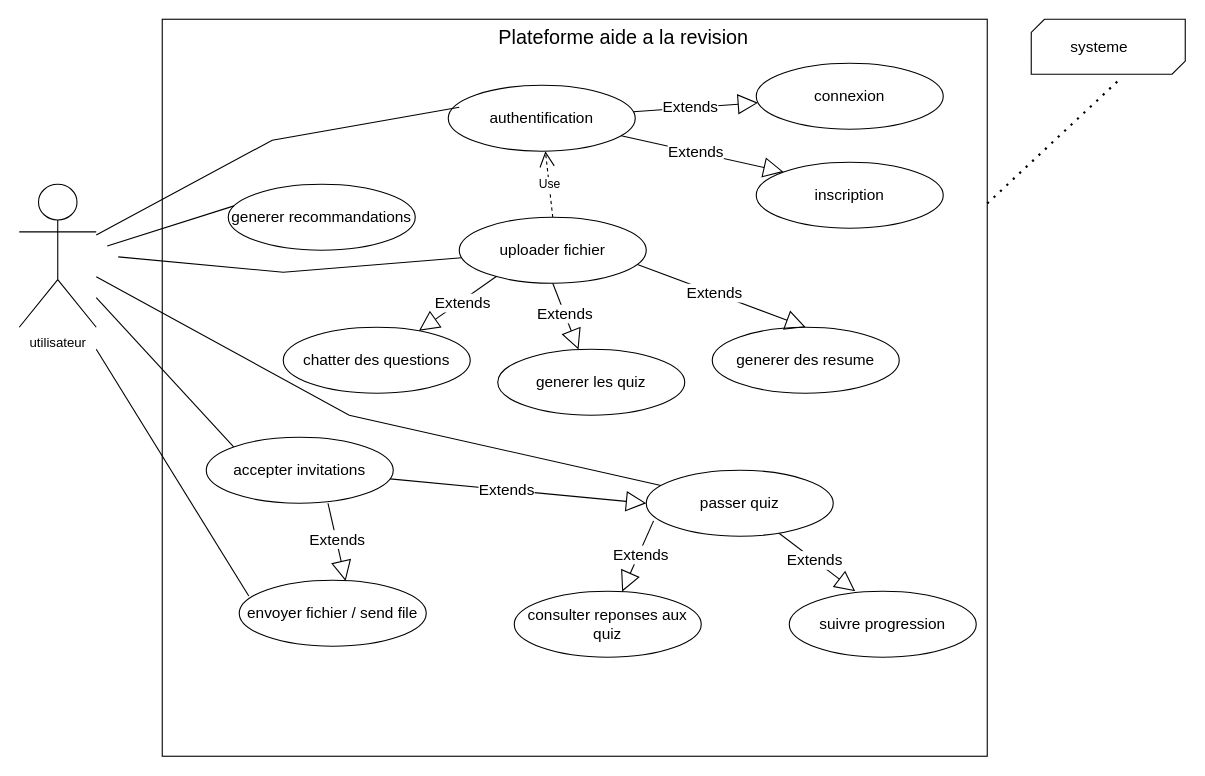
OIC-Bafoussam/revise-ai keeps this draw.io diagram as page "Page-2" (2 of 4) of resource/diagrammes uml . MAEL/use case  MAEL.drawio. Above is the earlier version. Source tidied: cells renumbered, new cells numbered last; positions are measured from the earlier drawing's top-left corner, leaving out a move shared by most shapes. Both pictures are drawn from the tidied source at 110%, with x=0, y=0 at pixel (19, 19).
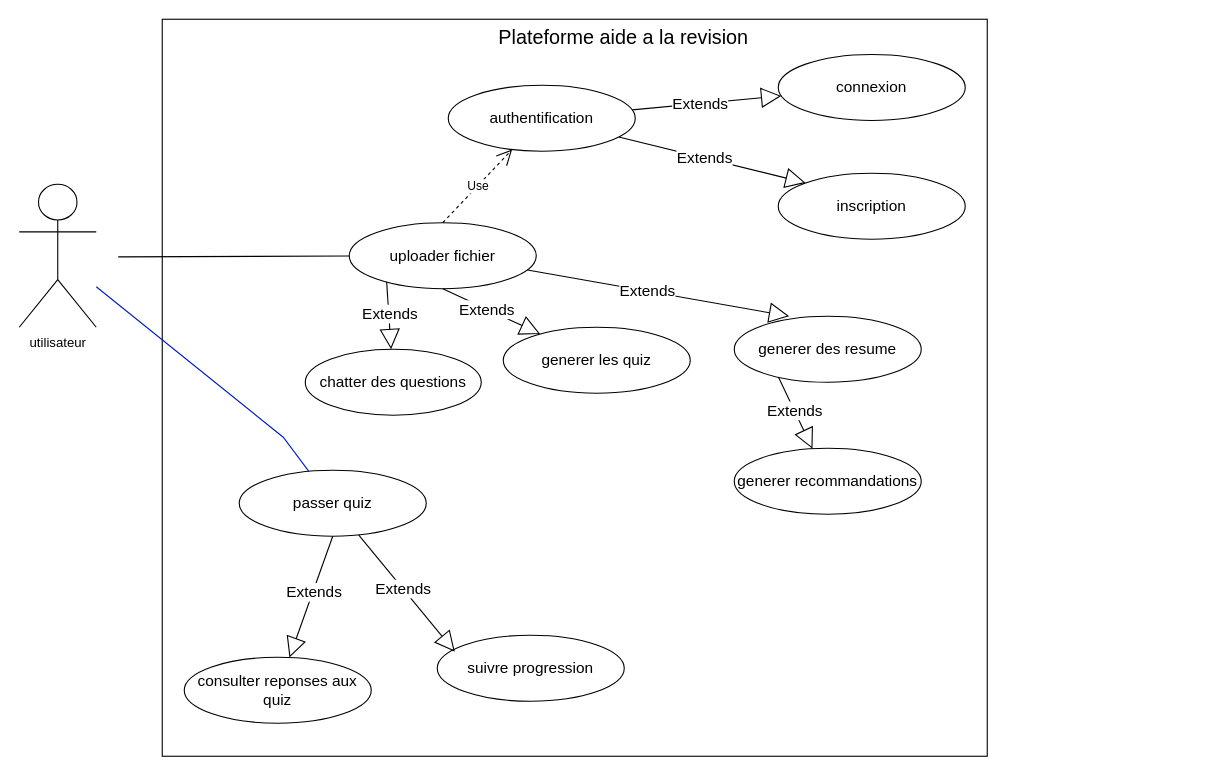
Above is the later version.

The change refers to these unchanged cells:
```xml
<mxCell id="2" value="utilisateur&lt;br&gt;" style="shape=umlActor;verticalLabelPosition=bottom;verticalAlign=top;html=1;" parent="1" vertex="1">
  <mxGeometry y="150" width="70" height="130" as="geometry" />
</mxCell>
<mxCell id="3" style="rounded=0;whiteSpace=wrap;html=1;" parent="1" vertex="1">
  <mxGeometry x="130" width="750" height="670" as="geometry" />
</mxCell>
```

Diff of the diagram source:
```diff
@@
     <mxCell id="6" value="&lt;font style=&quot;font-size: 14px;&quot;&gt;inscription&lt;/font&gt;" style="ellipse;whiteSpace=wrap;html=1;" parent="1" vertex="1">
-      <mxGeometry x="670" y="130" width="170" height="60" as="geometry" />
+      <mxGeometry x="690" y="140" width="170" height="60" as="geometry" />
     </mxCell>
     <mxCell id="7" value="&lt;font style=&quot;font-size: 14px;&quot;&gt;uploader fichier&lt;/font&gt;" style="ellipse;whiteSpace=wrap;html=1;" parent="1" vertex="1">
-      <mxGeometry x="400" y="180" width="170" height="60" as="geometry" />
+      <mxGeometry x="300" y="185" width="170" height="60" as="geometry" />
     </mxCell>
     <mxCell id="8" value="&lt;font style=&quot;font-size: 14px;&quot;&gt;connexion&lt;/font&gt;" style="ellipse;whiteSpace=wrap;html=1;" parent="1" vertex="1">
-      <mxGeometry x="670" y="40" width="170" height="60" as="geometry" />
+      <mxGeometry x="690" y="32" width="170" height="60" as="geometry" />
     </mxCell>
     <mxCell id="9" value="&lt;font style=&quot;font-size: 14px;&quot;&gt;chatter des questions&lt;/font&gt;" style="ellipse;whiteSpace=wrap;html=1;" parent="1" vertex="1">
-      <mxGeometry x="240" y="280" width="170" height="60" as="geometry" />
+      <mxGeometry x="260" y="300" width="160" height="60" as="geometry" />
     </mxCell>
     <mxCell id="10" value="&lt;font style=&quot;font-size: 14px;&quot;&gt;generer les quiz&lt;/font&gt;" style="ellipse;whiteSpace=wrap;html=1;" parent="1" vertex="1">
-      <mxGeometry x="435" y="300" width="170" height="60" as="geometry" />
+      <mxGeometry x="440" y="280" width="170" height="60" as="geometry" />
     </mxCell>
     <mxCell id="11" value="&lt;font style=&quot;font-size: 14px;&quot;&gt;generer des resume&lt;/font&gt;" style="ellipse;whiteSpace=wrap;html=1;" parent="1" vertex="1">
-      <mxGeometry x="630" y="280" width="170" height="60" as="geometry" />
+      <mxGeometry x="650" y="270" width="170" height="60" as="geometry" />
     </mxCell>
-    <mxCell id="12" value="&lt;font style=&quot;font-size: 14px;&quot;&gt;envoyer fichier / send file&lt;/font&gt;" style="ellipse;whiteSpace=wrap;html=1;" parent="1" vertex="1">
-      <mxGeometry x="200" y="510" width="170" height="60" as="geometry" />
-    </mxCell>
     <mxCell id="13" value="&lt;font style=&quot;font-size: 14px;&quot;&gt;generer recommandations&lt;/font&gt;" style="ellipse;whiteSpace=wrap;html=1;" parent="1" vertex="1">
-      <mxGeometry x="190" y="150" width="170" height="60" as="geometry" />
+      <mxGeometry x="650" y="390" width="170" height="60" as="geometry" />
     </mxCell>
-    <mxCell id="14" value="&lt;font style=&quot;font-size: 14px;&quot;&gt;accepter invitations&lt;/font&gt;" style="ellipse;whiteSpace=wrap;html=1;" parent="1" vertex="1">
-      <mxGeometry x="170" y="380" width="170" height="60" as="geometry" />
-    </mxCell>
     <mxCell id="15" value="&lt;font style=&quot;font-size: 14px;&quot;&gt;suivre progression&lt;/font&gt;" style="ellipse;whiteSpace=wrap;html=1;" parent="1" vertex="1">
-      <mxGeometry x="700" y="520" width="170" height="60" as="geometry" />
+      <mxGeometry x="380" y="560" width="170" height="60" as="geometry" />
     </mxCell>
     <mxCell id="16" value="&lt;font style=&quot;font-size: 14px;&quot;&gt;consulter reponses aux quiz&lt;/font&gt;" style="ellipse;whiteSpace=wrap;html=1;" parent="1" vertex="1">
-      <mxGeometry x="450" y="520" width="170" height="60" as="geometry" />
+      <mxGeometry x="150" y="580" width="170" height="60" as="geometry" />
     </mxCell>
     <mxCell id="17" value="&lt;font style=&quot;font-size: 14px;&quot;&gt;passer quiz&lt;/font&gt;" style="ellipse;whiteSpace=wrap;html=1;" parent="1" vertex="1">
-      <mxGeometry x="570" y="410" width="170" height="60" as="geometry" />
+      <mxGeometry x="200" y="410" width="170" height="60" as="geometry" />
     </mxCell>
-    <mxCell id="18" style="endArrow=none;html=1;rounded=0;fontSize=14;" parent="1" edge="1" source="2">
-      <mxGeometry relative="1" as="geometry">
-        <mxPoint x="400" y="80" as="targetPoint" />
-        <Array as="points">
-          <mxPoint x="230" y="110" />
-        </Array>
-      </mxGeometry>
-    </mxCell>
-    <mxCell id="19" style="endArrow=none;html=1;rounded=0;fontSize=14;entryX=0.031;entryY=0.328;entryDx=0;entryDy=0;entryPerimeter=0;" parent="1" edge="1" target="13">
-      <mxGeometry relative="1" as="geometry">
-        <mxPoint x="80" y="206.2" as="sourcePoint" />
-      </mxGeometry>
-    </mxCell>
@@
-    <mxCell id="24" value="Extends" style="endArrow=block;endSize=16;endFill=0;html=1;rounded=0;fontSize=14;exitX=0.953;exitY=0.717;exitDx=0;exitDy=0;entryX=0.5;entryY=0;entryDx=0;entryDy=0;exitPerimeter=0;" parent="1" edge="1" source="7" target="11">
+    <mxCell id="24" value="Extends" style="endArrow=block;endSize=16;endFill=0;html=1;rounded=0;fontSize=14;exitX=0.953;exitY=0.717;exitDx=0;exitDy=0;exitPerimeter=0;" parent="1" edge="1" source="7">
       <mxGeometry x="-0.09" y="1" relative="1" as="geometry">
+        <mxPoint x="700" y="270" as="targetPoint" />
         <mxPoint y="1" as="offset" />
       </mxGeometry>
     </mxCell>
-    <mxCell id="25" style="endArrow=none;html=1;rounded=0;fontSize=14;entryX=0;entryY=0;entryDx=0;entryDy=0;" parent="1" edge="1" source="2" target="14">
-      <mxGeometry relative="1" as="geometry" />
-    </mxCell>
-    <mxCell id="26" style="endArrow=none;html=1;rounded=0;fontSize=14;entryX=0.051;entryY=0.239;entryDx=0;entryDy=0;entryPerimeter=0;" parent="1" edge="1" target="12">
-      <mxGeometry relative="1" as="geometry">
-        <mxPoint x="70" y="300" as="sourcePoint" />
-      </mxGeometry>
-    </mxCell>
-    <mxCell id="27" value="Extends" style="endArrow=block;endSize=16;endFill=0;html=1;rounded=0;fontSize=14;" parent="1" edge="1" source="17">
+    <mxCell id="27" value="Extends" style="endArrow=block;endSize=16;endFill=0;html=1;rounded=0;fontSize=14;entryX=0.094;entryY=0.25;entryDx=0;entryDy=0;entryPerimeter=0;" parent="1" edge="1" source="17" target="15">
       <mxGeometry x="-0.09" y="1" relative="1" as="geometry">
-        <mxPoint x="760" y="520" as="targetPoint" />
         <mxPoint y="1" as="offset" />
       </mxGeometry>
     </mxCell>
-    <mxCell id="28" value="Extends" style="endArrow=block;endSize=16;endFill=0;html=1;rounded=0;fontSize=14;exitX=0.039;exitY=0.767;exitDx=0;exitDy=0;exitPerimeter=0;" parent="1" edge="1" source="17" target="16">
+    <mxCell id="28" value="Extends" style="endArrow=block;endSize=16;endFill=0;html=1;rounded=0;fontSize=14;exitX=0.5;exitY=1;exitDx=0;exitDy=0;" parent="1" edge="1" source="17" target="16">
       <mxGeometry x="-0.09" y="1" relative="1" as="geometry">
         <mxPoint y="1" as="offset" />
       </mxGeometry>
     </mxCell>
-    <mxCell id="29" style="endArrow=none;html=1;rounded=0;fontSize=14;" parent="1" edge="1" source="2" target="17">
+    <mxCell id="29" style="endArrow=none;html=1;rounded=0;fontSize=14;fillColor=#0050ef;strokeColor=#001DBC;" parent="1" edge="1" source="2" target="17">
       <mxGeometry relative="1" as="geometry">
         <Array as="points">
-          <mxPoint x="300" y="360" />
+          <mxPoint x="240" y="380" />
         </Array>
       </mxGeometry>
     </mxCell>
     <mxCell id="30" style="endArrow=none;html=1;rounded=0;fontSize=14;" parent="1" edge="1" target="7">
       <mxGeometry relative="1" as="geometry">
         <mxPoint x="90" y="216" as="sourcePoint" />
-        <Array as="points">
-          <mxPoint x="240" y="230" />
-        </Array>
       </mxGeometry>
     </mxCell>
-    <mxCell id="31" value="Extends" style="endArrow=block;endSize=16;endFill=0;html=1;rounded=0;fontSize=14;exitX=0.651;exitY=1;exitDx=0;exitDy=0;exitPerimeter=0;entryX=0.569;entryY=0.011;entryDx=0;entryDy=0;entryPerimeter=0;" parent="1" edge="1" source="14" target="12">
-      <mxGeometry x="-0.09" y="1" relative="1" as="geometry">
-        <mxPoint y="1" as="offset" />
-      </mxGeometry>
-    </mxCell>
-    <mxCell id="32" value="Extends" style="endArrow=block;endSize=16;endFill=0;html=1;rounded=0;fontSize=14;entryX=0;entryY=0.5;entryDx=0;entryDy=0;" parent="1" edge="1" source="14" target="17">
-      <mxGeometry x="-0.09" y="1" relative="1" as="geometry">
-        <mxPoint y="1" as="offset" />
-      </mxGeometry>
-    </mxCell>
-    <mxCell id="33" style="verticalLabelPosition=bottom;verticalAlign=top;html=1;shape=mxgraph.basic.diag_snip_rect;dx=6;whiteSpace=wrap;" parent="1" vertex="1">
-      <mxGeometry x="920" width="140" height="50" as="geometry" />
-    </mxCell>
-    <mxCell id="34" style="endArrow=none;dashed=1;html=1;dashPattern=1 3;strokeWidth=2;rounded=0;fontSize=14;exitX=1;exitY=0.25;exitDx=0;exitDy=0;" parent="1" edge="1" source="3">
-      <mxGeometry relative="1" as="geometry">
-        <mxPoint x="1000" y="55" as="targetPoint" />
-      </mxGeometry>
-    </mxCell>
-    <mxCell id="35" value="&lt;font style=&quot;font-size: 14px;&quot;&gt;systeme&lt;/font&gt;" style="text;strokeColor=none;fillColor=none;align=left;verticalAlign=middle;spacingLeft=4;spacingRight=4;overflow=hidden;whiteSpace=wrap;html=1;" parent="1" vertex="1">
-      <mxGeometry x="950" y="10" width="110" height="30" as="geometry" />
-    </mxCell>
@@
+    <mxCell id="37" value="Extends" style="endArrow=block;endSize=16;endFill=0;html=1;rounded=0;fontSize=14;exitX=0.236;exitY=0.92;exitDx=0;exitDy=0;exitPerimeter=0;" parent="1" edge="1" source="11" target="13">
+      <mxGeometry x="-0.09" y="1" relative="1" as="geometry">
+        <mxPoint y="1" as="offset" />
+      </mxGeometry>
+    </mxCell>
```
